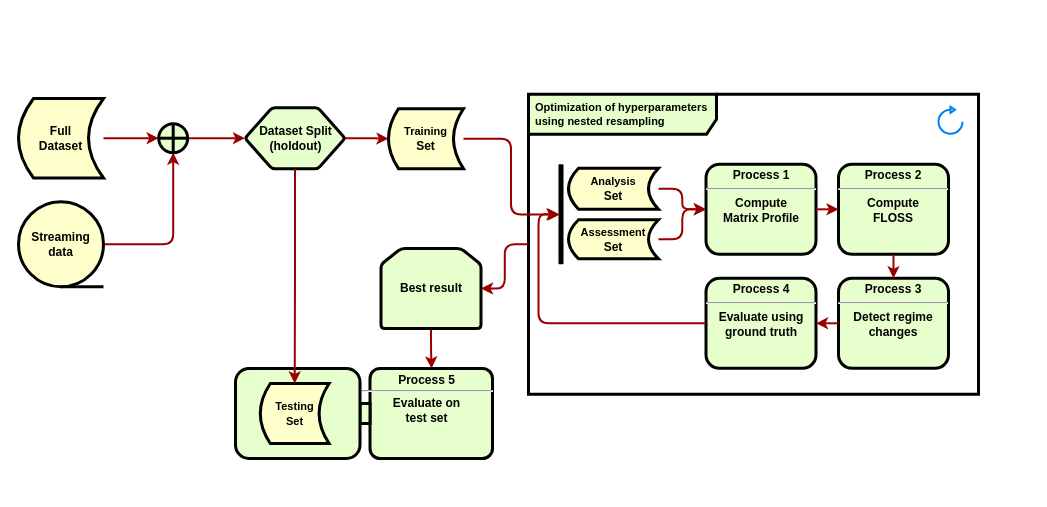
The draw.io diagram page "Regime Detection Score" (2 of 6) of flowcharts/false.alarm-workflow.drawio in franzbischoff/false.alarm, before the edit. Source tidied: cells renumbered, new cells numbered last; positions are measured from the earlier drawing's top-left corner, leaving out a move shared by most shapes. Both pictures are drawn from the tidied source at 100%, with x=0, y=0 at pixel (18, 94).
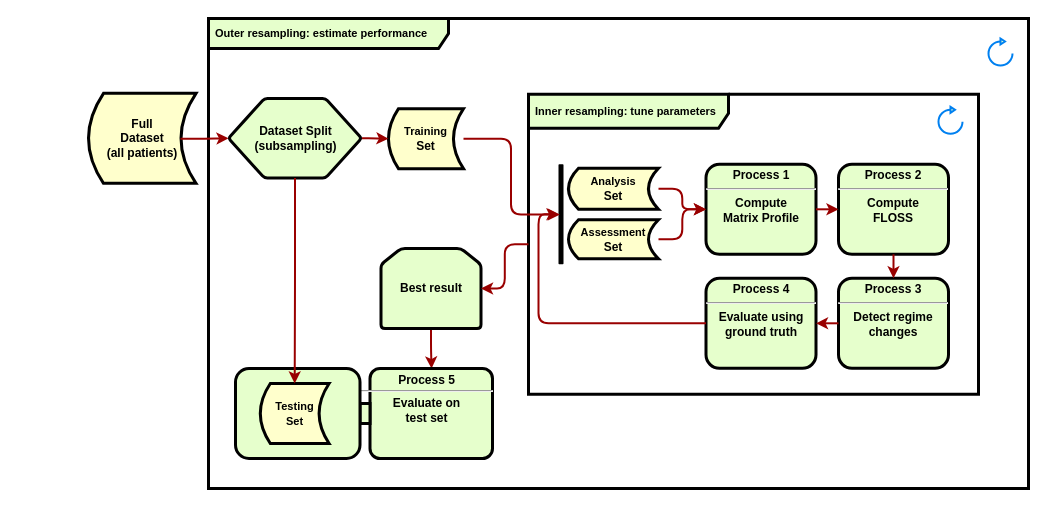
After the change.

The change refers to these unchanged cells:
```xml
<mxCell id="13" style="group;" parent="1" vertex="1">
  <mxGeometry x="510" y="-0.2" width="450" height="300" as="geometry" />
</mxCell>
```

What changed in the source:
```diff
@@
-    <mxCell id="2" style="edgeStyle=orthogonalEdgeStyle;shape=connector;rounded=1;html=1;exitX=1;exitY=0.5;exitDx=0;exitDy=0;entryX=0;entryY=0.5;entryDx=0;entryDy=0;labelBackgroundColor=default;fontFamily=Helvetica;fontSize=11;fontColor=default;startArrow=none;endArrow=classic;strokeColor=#990000;strokeWidth=2;" parent="1" edge="1" source="3" target="12">
-      <mxGeometry relative="1" as="geometry" />
-    </mxCell>
+    <mxCell id="38" style="group;" parent="1" vertex="1">
+      <mxGeometry x="190" y="-76" width="820" height="470" as="geometry" />
+    </mxCell>
+    <mxCell id="39" style="group;" parent="38" vertex="1">
+      <mxGeometry width="820" height="470" as="geometry" />
+    </mxCell>
+    <mxCell id="40" value="&lt;b&gt;Outer resampling: estimate performance&lt;/b&gt;" style="shape=umlFrame;whiteSpace=wrap;html=1;width=240;height=30;boundedLbl=1;verticalAlign=middle;align=left;spacingLeft=5;rounded=1;fontFamily=Helvetica;fontSize=11;fontColor=default;strokeColor=default;strokeWidth=3;fillColor=#E6FFCC;labelBorderColor=none;labelBackgroundColor=none;swimlaneFillColor=#ffffff;perimeterSpacing=0;sketch=0;" parent="39" vertex="1">
+      <mxGeometry width="820" height="470" as="geometry" />
+    </mxCell>
+    <mxCell id="41" style="html=1;verticalLabelPosition=bottom;align=center;labelBackgroundColor=#ffffff;verticalAlign=top;strokeWidth=2;strokeColor=#0080F0;shadow=0;dashed=0;shape=mxgraph.ios7.icons.reload;rounded=1;fontFamily=Helvetica;fontSize=12;fontColor=default;fillColor=#E6FFCC;" parent="39" vertex="1">
+      <mxGeometry x="780" y="20" width="24" height="27" as="geometry" />
+    </mxCell>
-    <mxCell id="3" value="Full&lt;br&gt;Dataset" style="shape=dataStorage;whiteSpace=wrap;html=1;fixedSize=1;fontStyle=1;strokeWidth=3;fillColor=#FFFFCC;size=15;" parent="1" vertex="1">
-      <mxGeometry y="4" width="85" height="79.5" as="geometry" />
+    <mxCell id="3" value="Full&lt;br&gt;Dataset&lt;br&gt;(all patients)" style="shape=dataStorage;whiteSpace=wrap;html=1;fixedSize=1;fontStyle=1;strokeWidth=3;fillColor=#FFFFCC;size=15;" parent="1" vertex="1">
+      <mxGeometry x="70" y="-1.2" width="107.5" height="90" as="geometry" />
     </mxCell>
-    <mxCell id="4" style="edgeStyle=orthogonalEdgeStyle;shape=connector;rounded=1;html=1;entryX=0.5;entryY=1;entryDx=0;entryDy=0;labelBackgroundColor=default;fontFamily=Helvetica;fontSize=11;fontColor=default;startArrow=none;endArrow=classic;strokeColor=#990000;strokeWidth=2;" parent="1" edge="1" source="5" target="12">
-      <mxGeometry relative="1" as="geometry" />
-    </mxCell>
-    <mxCell id="5" value="Streaming&lt;br&gt;data" style="strokeWidth=3;html=1;shape=mxgraph.flowchart.sequential_data;whiteSpace=wrap;fillColor=#FFFFCC;align=center;verticalAlign=middle;fontStyle=1;" parent="1" vertex="1">
-      <mxGeometry y="107.2" width="85" height="85" as="geometry" />
-    </mxCell>
@@
-    <mxCell id="10" value="Dataset Split&lt;br&gt;(holdout)" style="verticalLabelPosition=middle;verticalAlign=middle;html=1;shape=hexagon;perimeter=hexagonPerimeter2;arcSize=6;size=0.27;rounded=1;fontFamily=Helvetica;fontSize=12;fontColor=default;strokeColor=default;strokeWidth=3;fillColor=#E6FFCC;labelPosition=center;align=center;fontStyle=1;" parent="1" vertex="1">
-      <mxGeometry x="226.5" y="13.2" width="100" height="61" as="geometry" />
+    <mxCell id="10" value="Dataset Split&lt;br&gt;(subsampling)" style="verticalLabelPosition=middle;verticalAlign=middle;html=1;shape=hexagon;perimeter=hexagonPerimeter2;arcSize=6;size=0.27;rounded=1;fontFamily=Helvetica;fontSize=12;fontColor=default;strokeColor=default;strokeWidth=3;fillColor=#E6FFCC;labelPosition=center;align=center;fontStyle=1;" parent="1" vertex="1">
+      <mxGeometry x="210" y="4" width="133" height="79.5" as="geometry" />
     </mxCell>
-    <mxCell id="11" style="edgeStyle=orthogonalEdgeStyle;shape=connector;rounded=1;html=1;exitX=1;exitY=0.5;exitDx=0;exitDy=0;labelBackgroundColor=default;fontFamily=Helvetica;fontSize=11;fontColor=default;startArrow=none;endArrow=classic;strokeColor=#990000;strokeWidth=2;" parent="1" edge="1" source="12" target="10">
+    <mxCell id="11" style="edgeStyle=orthogonalEdgeStyle;shape=connector;rounded=1;html=1;labelBackgroundColor=default;fontFamily=Helvetica;fontSize=11;fontColor=default;startArrow=none;endArrow=classic;strokeColor=#990000;strokeWidth=2;exitX=0.855;exitY=0.504;exitDx=0;exitDy=0;exitPerimeter=0;" parent="1" edge="1" source="3" target="10">
       <mxGeometry relative="1" as="geometry" />
     </mxCell>
-    <mxCell id="12" style="shape=orEllipse;perimeter=ellipsePerimeter;whiteSpace=wrap;html=1;backgroundOutline=1;rounded=1;fontFamily=Helvetica;fontSize=11;fontColor=default;strokeColor=default;strokeWidth=3;fillColor=#E6FFCC;" parent="1" vertex="1">
-      <mxGeometry x="140.2" y="29.2" width="29" height="29" as="geometry" />
-    </mxCell>
@@
-    <mxCell id="14" value="&lt;b&gt;Optimization of hyperparameters using nested resampling&lt;/b&gt;" style="shape=umlFrame;whiteSpace=wrap;html=1;width=188;height=40;boundedLbl=1;verticalAlign=middle;align=left;spacingLeft=5;rounded=1;fontFamily=Helvetica;fontSize=11;fontColor=default;strokeColor=default;strokeWidth=3;fillColor=#E6FFCC;labelBorderColor=none;labelBackgroundColor=none;swimlaneFillColor=#ffffff;perimeterSpacing=0;sketch=0;" parent="13" vertex="1">
+    <mxCell id="14" value="&lt;b&gt;Inner resampling: tune parameters&lt;/b&gt;" style="shape=umlFrame;whiteSpace=wrap;html=1;width=200;height=34;boundedLbl=1;verticalAlign=middle;align=left;spacingLeft=5;rounded=1;fontFamily=Helvetica;fontSize=11;fontColor=default;strokeColor=default;strokeWidth=3;fillColor=#E6FFCC;labelBorderColor=none;labelBackgroundColor=none;swimlaneFillColor=#ffffff;perimeterSpacing=0;sketch=0;" parent="13" vertex="1">
       <mxGeometry width="450" height="300" as="geometry" />
     </mxCell>
```
